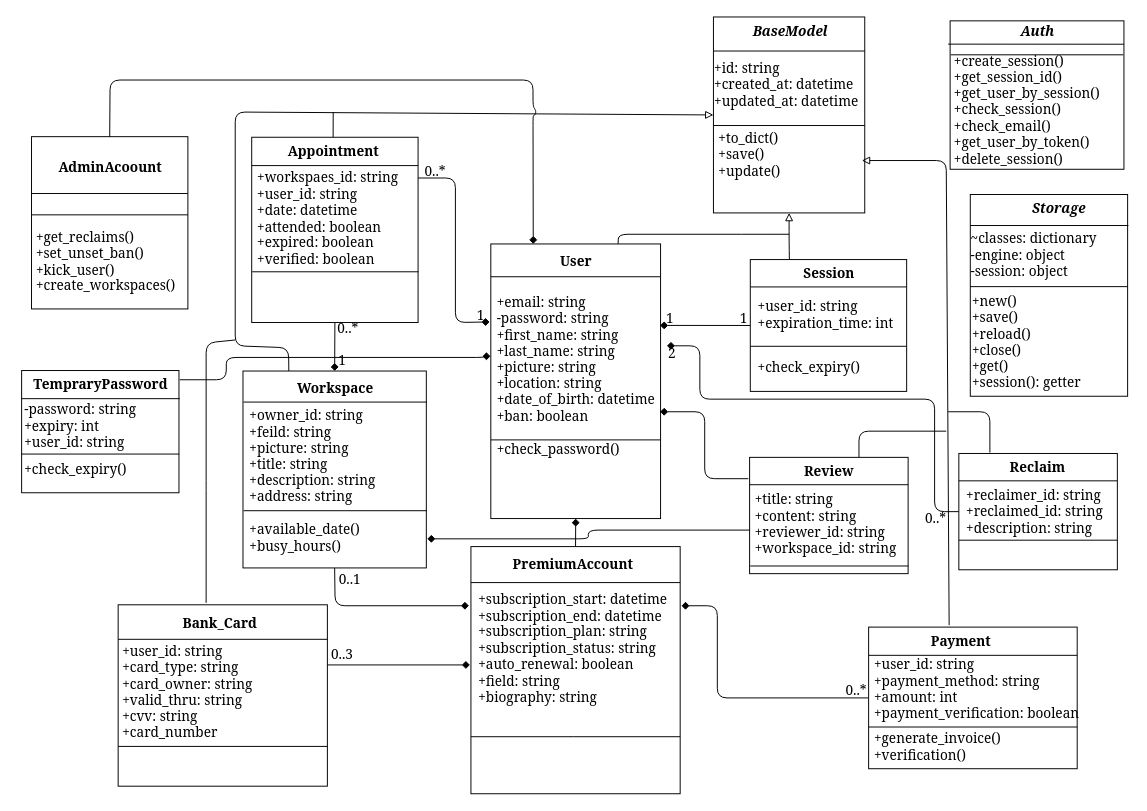
The draw.io diagram UML/Class_diagram/Dio/Class_diagram_v1.dio in Kolapo-code/Booker, before the edit. Source tidied: cells renumbered, new cells numbered last; positions are measured from the earlier drawing's top-left corner, leaving out a move shared by most shapes. Both pictures are drawn from the tidied source at 97%, with x=0, y=0 at pixel (16, 16).
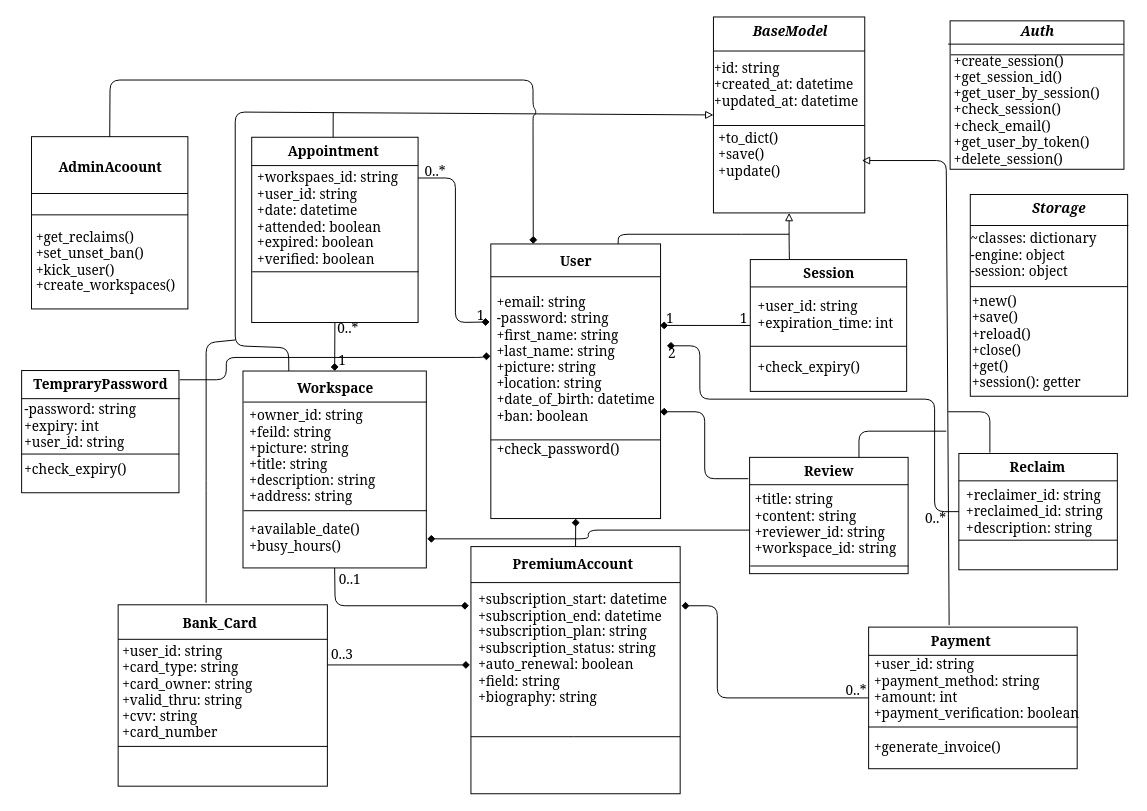
The same diagram, later.

Commit message (it also covers changes not shown here):
diagram has been updated with our current evolving vision

Unchanged cells that the change refers to:
```xml
<mxCell id="41" style="group;" parent="40" vertex="1">
  <mxGeometry x="34" width="251" height="146" as="geometry" />
</mxCell>
```

Diff of the diagram source:
```diff
@@
-    <mxCell id="47" value="&lt;div style=&quot;font-size: 14px;&quot;&gt;+generate_invoice()&lt;/div&gt;&lt;div style=&quot;font-size: 14px;&quot;&gt;+verification()&lt;/div&gt;" style="text;html=1;align=left;verticalAlign=middle;strokeColor=none;fillColor=none;fontColor=#000000;fontFamily=Georgia;" parent="41" vertex="1">
-      <mxGeometry x="4.1" y="100" width="144" height="46" as="geometry" />
+    <mxCell id="47" value="&lt;div style=&quot;font-size: 14px;&quot;&gt;+generate_invoice()&lt;/div&gt;" style="text;html=1;align=left;verticalAlign=middle;strokeColor=none;fillColor=none;fontColor=#000000;fontFamily=Georgia;" parent="41" vertex="1">
+      <mxGeometry x="4.1" y="109" width="144" height="29" as="geometry" />
     </mxCell>
```
